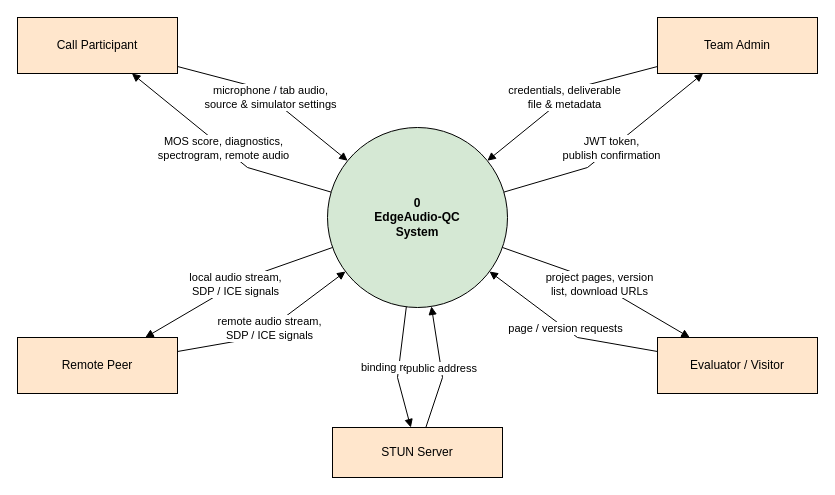
Before: docs/diagrams/04_dfd_level0.drawio in gagandeepkaur75/EdgeAudio, a draw.io diagram. Source tidied: cells renumbered, new cells numbered last; positions are measured from the earlier drawing's top-left corner, leaving out a move shared by most shapes. Both pictures are drawn from the tidied source at 100%, with x=0, y=0 at pixel (17, 17).
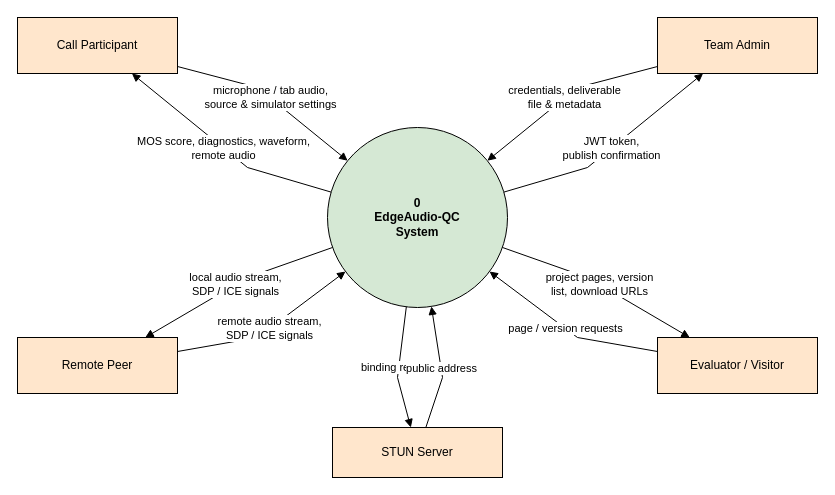
Above is the later version.

Commit message (it also covers changes not shown here):
Correct diagram wording: live oscilloscope instead of spectrogram

The change refers to these unchanged cells:
```xml
<mxCell id="2" value="0&lt;br/&gt;EdgeAudio-QC&lt;br/&gt;System" style="ellipse;whiteSpace=wrap;html=1;fontFamily=Helvetica;fontSize=12;fontColor=#000000;strokeColor=#000000;fillColor=#d5e8d4;fontStyle=1;" parent="1" vertex="1">
  <mxGeometry x="310" y="110" width="180" height="180" as="geometry" />
</mxCell>
<mxCell id="3" value="Call Participant" style="rounded=0;whiteSpace=wrap;html=1;fontFamily=Helvetica;fontSize=12;fontColor=#000000;strokeColor=#000000;fillColor=#ffe6cc;" parent="1" vertex="1">
  <mxGeometry width="160" height="56" as="geometry" />
</mxCell>
```

Diff of the diagram source:
```diff
@@
-    <mxCell id="9" value="MOS score, diagnostics,&lt;br/&gt;spectrogram, remote audio" style="html=1;edgeStyle=none;rounded=0;fontSize=11;fontColor=#000000;strokeColor=#000000;labelBackgroundColor=#ffffff;endArrow=block;endFill=1;" parent="1" edge="1" source="2" target="3">
+    <mxCell id="9" value="MOS score, diagnostics, waveform,&lt;br/&gt;remote audio" style="html=1;edgeStyle=none;rounded=0;fontSize=11;fontColor=#000000;strokeColor=#000000;labelBackgroundColor=#ffffff;endArrow=block;endFill=1;" parent="1" edge="1" source="2" target="3">
       <mxGeometry relative="1" as="geometry">
         <Array as="points">
           <mxPoint x="230" y="150" />
         </Array>
       </mxGeometry>
     </mxCell>
```
